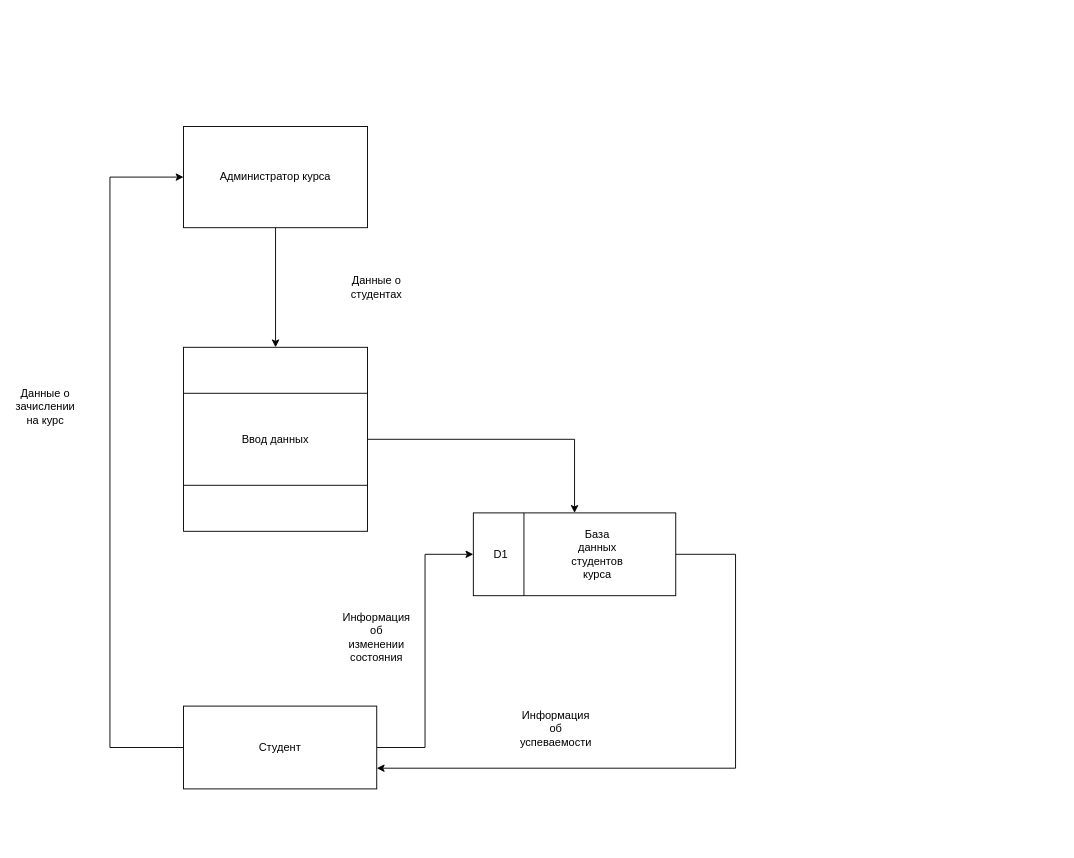
IslamKadeev/University_website_project keeps this draw.io diagram as ЛР1.drawio. Above is the earlier version. Source tidied: cells renumbered, new cells numbered last; positions are measured from the earlier drawing's top-left corner, leaving out a move shared by most shapes. Both pictures are drawn from the tidied source at 92%, with x=0, y=0 at pixel (17, 126).
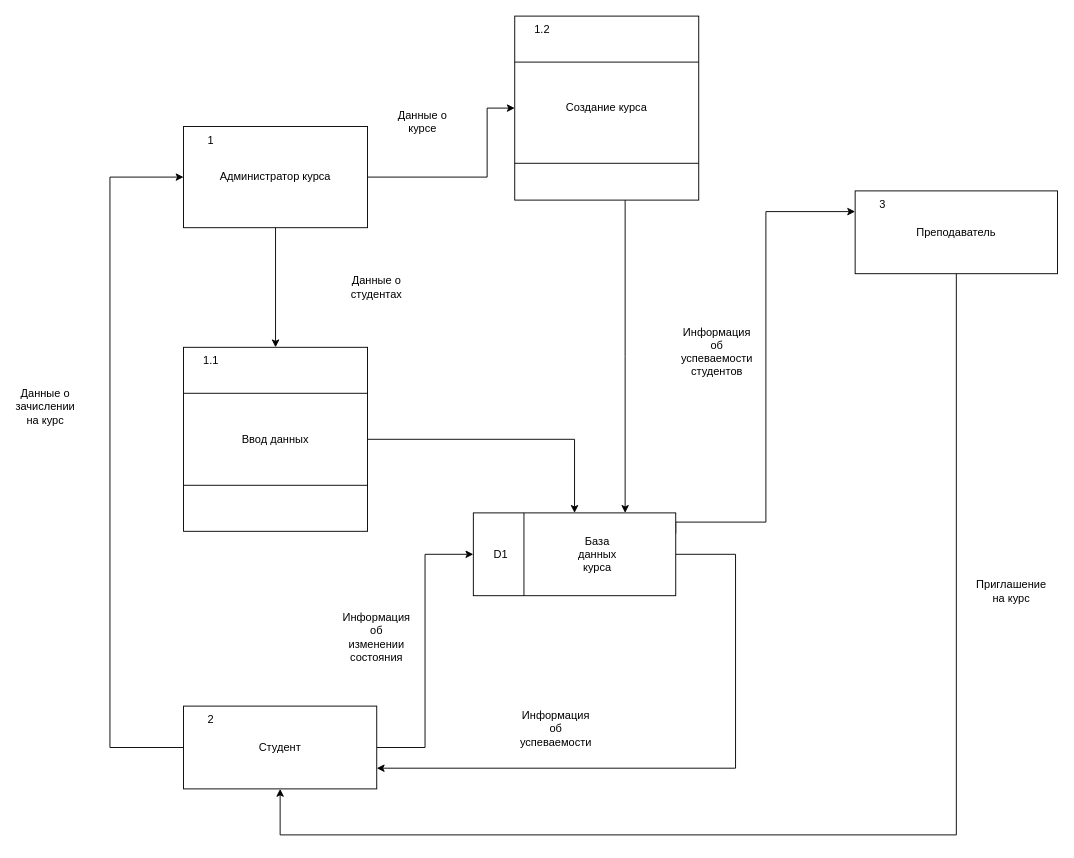
After the change.

Unchanged cells that the change refers to:
```xml
<mxCell id="3" value="Администратор курса" style="rounded=0;whiteSpace=wrap;html=1;" parent="1" vertex="1">
  <mxGeometry x="180" width="200" height="110" as="geometry" />
</mxCell>
<mxCell id="9" value="Студент" style="rounded=0;whiteSpace=wrap;html=1;" parent="1" vertex="1">
  <mxGeometry x="180" y="630" width="210" height="90" as="geometry" />
</mxCell>
<mxCell id="14" style="rounded=0;whiteSpace=wrap;html=1;" parent="1" vertex="1">
  <mxGeometry x="495" y="420" width="220" height="90" as="geometry" />
</mxCell>
```

Diff of the diagram source:
```diff
@@
+    <mxCell id="20" style="edgeStyle=orthogonalEdgeStyle;rounded=0;jettySize=auto;html=1;entryX=0;entryY=0.5;entryDx=0;entryDy=0;" parent="1" edge="1" source="3" target="26">
+      <mxGeometry relative="1" as="geometry">
+        <Array as="points">
+          <mxPoint x="510" y="55" />
+          <mxPoint x="510" y="-20" />
+        </Array>
+      </mxGeometry>
+    </mxCell>
@@
+    <mxCell id="21" style="edgeStyle=orthogonalEdgeStyle;rounded=0;jettySize=auto;html=1;exitX=1;exitY=0.25;exitDx=0;exitDy=0;entryX=0;entryY=0.25;entryDx=0;entryDy=0;" parent="1" edge="1" source="14" target="32">
+      <mxGeometry relative="1" as="geometry">
+        <Array as="points">
+          <mxPoint x="715" y="430" />
+          <mxPoint x="813" y="430" />
+          <mxPoint x="813" y="93" />
+        </Array>
+      </mxGeometry>
+    </mxCell>
@@
-    <mxCell id="16" value="База данных студентов курса" style="text;html=1;align=center;verticalAlign=middle;whiteSpace=wrap;rounded=0;" parent="1" vertex="1">
+    <mxCell id="16" value="База данных курса" style="text;html=1;align=center;verticalAlign=middle;whiteSpace=wrap;rounded=0;" parent="1" vertex="1">
       <mxGeometry x="600" y="450" width="60" height="30" as="geometry" />
     </mxCell>
@@
+    <mxCell id="22" value="1" style="text;html=1;align=center;verticalAlign=middle;whiteSpace=wrap;rounded=0;" parent="1" vertex="1">
+      <mxGeometry x="180" width="60" height="30" as="geometry" />
+    </mxCell>
+    <mxCell id="23" value="2" style="text;html=1;align=center;verticalAlign=middle;whiteSpace=wrap;rounded=0;" parent="1" vertex="1">
+      <mxGeometry x="180" y="630" width="60" height="30" as="geometry" />
+    </mxCell>
+    <mxCell id="24" value="1.1" style="text;html=1;align=center;verticalAlign=middle;whiteSpace=wrap;rounded=0;" parent="1" vertex="1">
+      <mxGeometry x="180" y="240" width="60" height="30" as="geometry" />
+    </mxCell>
+    <mxCell id="25" style="edgeStyle=orthogonalEdgeStyle;rounded=0;jettySize=auto;html=1;entryX=0.75;entryY=0;entryDx=0;entryDy=0;" parent="1" edge="1" source="26" target="14">
+      <mxGeometry relative="1" as="geometry">
+        <Array as="points">
+          <mxPoint x="660" y="250" />
+          <mxPoint x="660" y="250" />
+        </Array>
+      </mxGeometry>
+    </mxCell>
+    <mxCell id="26" value="Создание курса" style="whiteSpace=wrap;html=1;" parent="1" vertex="1">
+      <mxGeometry x="540" y="-120" width="200" height="200" as="geometry" />
+    </mxCell>
+    <mxCell id="27" style="endArrow=none;html=1;rounded=0;exitX=0;exitY=0.25;exitDx=0;exitDy=0;entryX=1;entryY=0.25;entryDx=0;entryDy=0;" parent="1" edge="1">
+      <mxGeometry relative="1" as="geometry">
+        <mxPoint x="540" y="-70" as="sourcePoint" />
+        <mxPoint x="740" y="-70" as="targetPoint" />
+      </mxGeometry>
+    </mxCell>
+    <mxCell id="28" style="endArrow=none;html=1;rounded=0;exitX=0;exitY=0.25;exitDx=0;exitDy=0;entryX=1;entryY=0.25;entryDx=0;entryDy=0;" parent="1" edge="1">
+      <mxGeometry relative="1" as="geometry">
+        <mxPoint x="540" y="40" as="sourcePoint" />
+        <mxPoint x="740" y="40" as="targetPoint" />
+      </mxGeometry>
+    </mxCell>
+    <mxCell id="29" value="1.2" style="text;html=1;align=center;verticalAlign=middle;whiteSpace=wrap;rounded=0;" parent="1" vertex="1">
+      <mxGeometry x="540" y="-120" width="60" height="30" as="geometry" />
+    </mxCell>
+    <mxCell id="30" value="Данные о курсе" style="text;html=1;align=center;verticalAlign=middle;whiteSpace=wrap;rounded=0;" parent="1" vertex="1">
+      <mxGeometry x="410" y="-20" width="60" height="30" as="geometry" />
+    </mxCell>
+    <mxCell id="31" style="edgeStyle=orthogonalEdgeStyle;rounded=0;jettySize=auto;html=1;entryX=0.5;entryY=1;entryDx=0;entryDy=0;" parent="1" edge="1" source="32" target="9">
+      <mxGeometry relative="1" as="geometry">
+        <Array as="points">
+          <mxPoint x="1020" y="770" />
+          <mxPoint x="285" y="770" />
+        </Array>
+      </mxGeometry>
+    </mxCell>
+    <mxCell id="32" value="Преподаватель" style="rounded=0;whiteSpace=wrap;html=1;" parent="1" vertex="1">
+      <mxGeometry x="910" y="70" width="220" height="90" as="geometry" />
+    </mxCell>
+    <mxCell id="33" value="3" style="text;html=1;align=center;verticalAlign=middle;whiteSpace=wrap;rounded=0;" parent="1" vertex="1">
+      <mxGeometry x="910" y="70" width="60" height="30" as="geometry" />
+    </mxCell>
+    <mxCell id="34" value="Информация об успеваемости студентов" style="text;html=1;align=center;verticalAlign=middle;whiteSpace=wrap;rounded=0;" parent="1" vertex="1">
+      <mxGeometry x="730" y="230" width="60" height="30" as="geometry" />
+    </mxCell>
+    <mxCell id="35" value="Приглашение на курс" style="text;html=1;align=center;verticalAlign=middle;whiteSpace=wrap;rounded=0;" parent="1" vertex="1">
+      <mxGeometry x="1050" y="490" width="60" height="30" as="geometry" />
+    </mxCell>
```
